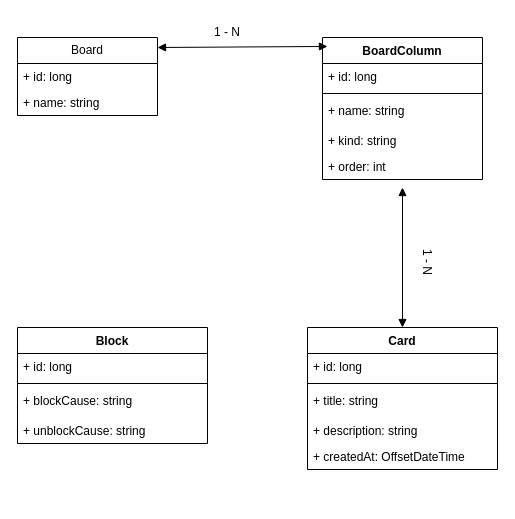
The draw.io diagram Desafios/Diagrama Board de Tarefas.drawio in Jamyle-Elen/Bootcamp-Decola_Tech_2025, before the edit. Source tidied: cells renumbered, new cells numbered last; positions are measured from the earlier drawing's top-left corner, leaving out a move shared by most shapes. Both pictures are drawn from the tidied source at 100%, with x=0, y=0 at pixel (17, 17).
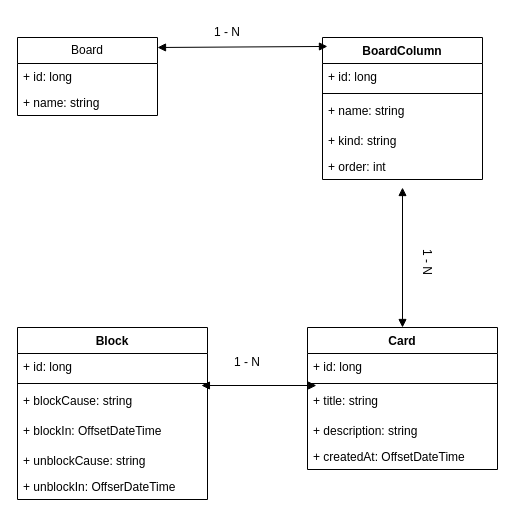
The same page after the edit.

The change refers to these unchanged cells:
```xml
<mxCell id="15" style="line;strokeWidth=1;fillColor=none;align=left;verticalAlign=middle;spacingTop=-1;spacingLeft=3;spacingRight=3;labelPosition=right;points=[];portConstraint=eastwest;strokeColor=inherit;" parent="13" vertex="1">
  <mxGeometry y="52" width="190" height="8" as="geometry" />
</mxCell>
<mxCell id="23" style="line;strokeWidth=1;fillColor=none;align=left;verticalAlign=middle;spacingTop=-1;spacingLeft=3;spacingRight=3;labelPosition=right;points=[];portConstraint=eastwest;strokeColor=inherit;" parent="21" vertex="1">
  <mxGeometry y="52" width="190" height="8" as="geometry" />
</mxCell>
```

Change to the diagram source:
```diff
@@
     <mxCell id="21" value="Block" style="swimlane;fontStyle=1;align=center;verticalAlign=top;horizontal=1;startSize=26;whiteSpace=wrap;html=1;" parent="1" vertex="1">
-      <mxGeometry y="310" width="190" height="116" as="geometry" />
+      <mxGeometry y="310" width="190" height="172" as="geometry" />
     </mxCell>
@@
+    <mxCell id="26" value="+ blockIn: OffsetDateTime" style="text;strokeColor=none;fillColor=none;align=left;verticalAlign=top;spacingLeft=4;spacingRight=4;overflow=hidden;whiteSpace=wrap;html=1;" parent="21" vertex="1">
+      <mxGeometry y="90" width="190" height="30" as="geometry" />
+    </mxCell>
     <mxCell id="25" value="&lt;div&gt;+ unblockCause: string&lt;/div&gt;" style="text;strokeColor=none;fillColor=none;align=left;verticalAlign=top;spacingLeft=4;spacingRight=4;overflow=hidden;whiteSpace=wrap;html=1;" parent="21" vertex="1">
-      <mxGeometry y="90" width="190" height="26" as="geometry" />
+      <mxGeometry y="120" width="190" height="26" as="geometry" />
     </mxCell>
+    <mxCell id="27" value="+ unblockIn: OffserDateTime" style="text;strokeColor=none;fillColor=none;align=left;verticalAlign=top;spacingLeft=4;spacingRight=4;overflow=hidden;whiteSpace=wrap;html=1;" parent="21" vertex="1">
+      <mxGeometry y="146" width="190" height="26" as="geometry" />
+    </mxCell>
+    <mxCell id="28" style="endArrow=block;startArrow=block;endFill=1;startFill=1;html=1;rounded=0;entryX=0.047;entryY=0.75;entryDx=0;entryDy=0;entryPerimeter=0;exitX=0.968;exitY=0.75;exitDx=0;exitDy=0;exitPerimeter=0;" parent="1" edge="1" source="23" target="15">
+      <mxGeometry relative="1" as="geometry" />
+    </mxCell>
+    <mxCell id="29" value="&lt;div style=&quot;text-align: left;&quot;&gt;&lt;span style=&quot;background-color: transparent; color: light-dark(rgb(0, 0, 0), rgb(255, 255, 255));&quot;&gt;1 - N&lt;/span&gt;&lt;/div&gt;" style="text;html=1;align=center;verticalAlign=middle;whiteSpace=wrap;rounded=0;" parent="1" vertex="1">
+      <mxGeometry x="200" y="330" width="60" height="30" as="geometry" />
+    </mxCell>
```
